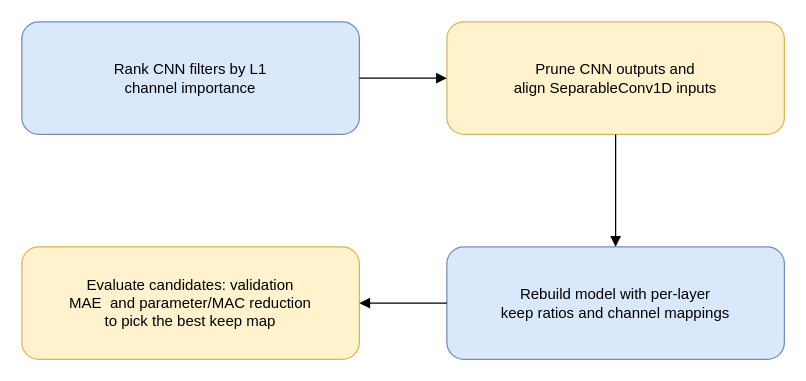
The draw.io diagram page "Pruning Process Flow" (10 of 10) of tinyml_home_weather_forecasting.drawio in rishi-latchmepersad/TinyML-Home-Weather-Forecasting, before the edit. Source tidied: cells renumbered, new cells numbered last; positions are measured from the earlier drawing's top-left corner, leaving out a move shared by most shapes. Both pictures are drawn from the tidied source at 125%, with x=0, y=0 at pixel (21, 21).
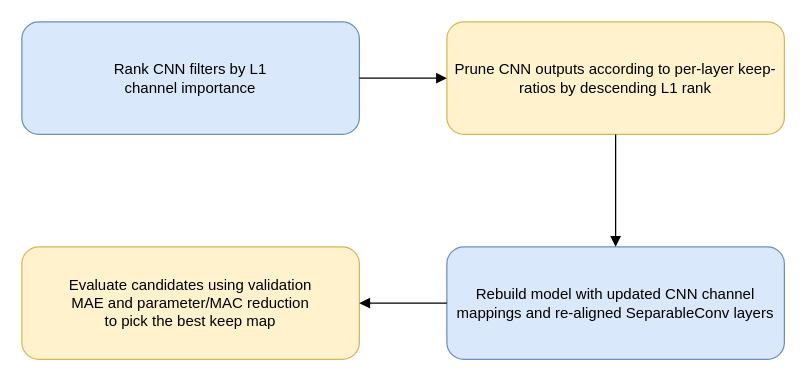
The same diagram, later.

What changed in the source:
```diff
@@
 <mxGraphModel>
   <root>
     <mxCell id="0" />
     <mxCell id="1" parent="0" />
     <mxCell id="2" value="Rank CNN filters by L1&lt;br&gt;channel importance" style="rounded=1;whiteSpace=wrap;html=1;fillColor=#dae8fc;strokeColor=#6c8ebf;" parent="1" vertex="1">
       <mxGeometry width="270" height="90" as="geometry" />
     </mxCell>
-    <mxCell id="3" value="Prune CNN&lt;span style=&quot;background-color: transparent; color: light-dark(rgb(0, 0, 0), rgb(255, 255, 255));&quot;&gt;&amp;nbsp;outputs and&lt;/span&gt;&lt;div&gt;align SeparableConv1D inputs&lt;/div&gt;" style="rounded=1;whiteSpace=wrap;html=1;fillColor=#fff2cc;strokeColor=#d6b656;" parent="1" vertex="1">
+    <mxCell id="3" value="Prune CNN&lt;span style=&quot;background-color: transparent; color: light-dark(rgb(0, 0, 0), rgb(255, 255, 255));&quot;&gt;&amp;nbsp;outputs according to per-layer keep-ratios by descending L1 rank&lt;/span&gt;" style="rounded=1;whiteSpace=wrap;html=1;fillColor=#fff2cc;strokeColor=#d6b656;" parent="1" vertex="1">
       <mxGeometry x="340" width="270" height="90" as="geometry" />
     </mxCell>
-    <mxCell id="4" value="Rebuild model with per-layer&#10;keep ratios and channel mappings" style="rounded=1;whiteSpace=wrap;html=1;fillColor=#dae8fc;strokeColor=#6c8ebf;" parent="1" vertex="1">
+    <mxCell id="4" value="Rebuild model with updated CNN&amp;nbsp;channel mappings and re-aligned SeparableConv layers" style="rounded=1;whiteSpace=wrap;html=1;fillColor=#dae8fc;strokeColor=#6c8ebf;" parent="1" vertex="1">
       <mxGeometry x="340" y="180" width="270" height="90" as="geometry" />
     </mxCell>
-    <mxCell id="5" value="Evaluate candidates: validation&lt;br&gt;MAE&amp;nbsp; and parameter/MAC reduction&lt;br&gt;to pick the best keep map" style="rounded=1;whiteSpace=wrap;html=1;fillColor=#fff2cc;strokeColor=#d6b656;" parent="1" vertex="1">
+    <mxCell id="5" value="Evaluate candidates using validation&lt;br&gt;MAE and parameter/MAC reduction&lt;br&gt;to pick the best keep map" style="rounded=1;whiteSpace=wrap;html=1;fillColor=#fff2cc;strokeColor=#d6b656;" parent="1" vertex="1">
       <mxGeometry y="180" width="270" height="90" as="geometry" />
     </mxCell>
     <mxCell id="6" style="edgeStyle=orthogonalEdgeStyle;rounded=0;jettySize=auto;html=1;endArrow=block;" parent="1" edge="1" source="2" target="3">
       <mxGeometry relative="1" as="geometry" />
     </mxCell>
     <mxCell id="7" style="edgeStyle=orthogonalEdgeStyle;rounded=0;jettySize=auto;html=1;endArrow=block;exitX=0.5;exitY=1;exitDx=0;exitDy=0;" parent="1" edge="1" source="3" target="4">
       <mxGeometry relative="1" as="geometry" />
     </mxCell>
     <mxCell id="8" style="edgeStyle=orthogonalEdgeStyle;rounded=0;jettySize=auto;html=1;endArrow=block;" parent="1" edge="1" source="4" target="5">
       <mxGeometry relative="1" as="geometry" />
     </mxCell>
   </root>
 </mxGraphModel>
```
